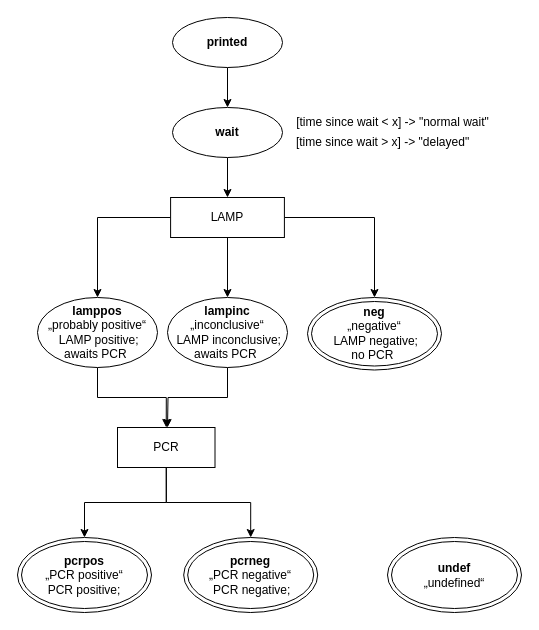
This is doc/status/StatusDiagram.drawio from anders-biostat/covid-test-web-site, a draw.io file, before an edit. Source tidied: cells renumbered, new cells numbered last; positions are measured from the earlier drawing's top-left corner, leaving out a move shared by most shapes. Both pictures are drawn from the tidied source at 100%, with x=0, y=0 at pixel (17, 17).
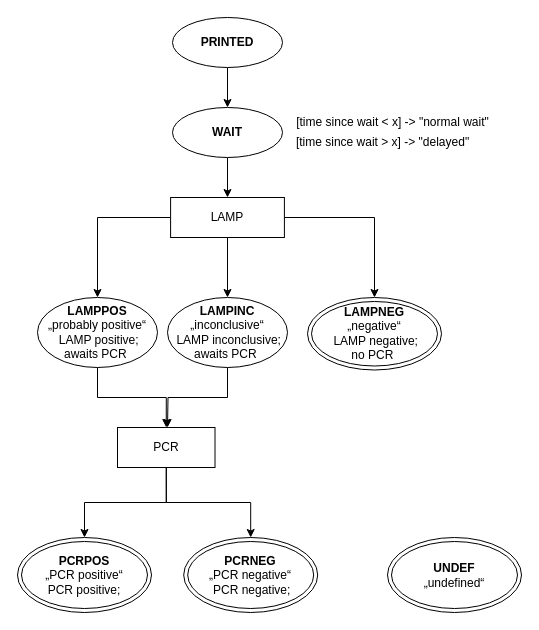
The same diagram, later.

Commit message (it also covers changes not shown here):
Updated status diagram in documentation

What changed in the source:
```diff
@@
-    <mxCell id="3" value="&lt;b&gt;printed&lt;/b&gt;" style="ellipse;whiteSpace=wrap;html=1;" parent="1" vertex="1">
+    <mxCell id="3" value="&lt;b&gt;PRINTED&lt;/b&gt;" style="ellipse;whiteSpace=wrap;html=1;" parent="1" vertex="1">
       <mxGeometry x="155" width="110" height="50" as="geometry" />
     </mxCell>
@@
-    <mxCell id="5" value="&lt;b&gt;wait&lt;/b&gt;" style="ellipse;whiteSpace=wrap;html=1;" parent="1" vertex="1">
+    <mxCell id="5" value="&lt;b&gt;WAIT&lt;/b&gt;" style="ellipse;whiteSpace=wrap;html=1;" parent="1" vertex="1">
       <mxGeometry x="155" y="90" width="110" height="50" as="geometry" />
     </mxCell>
@@
-    <mxCell id="13" value="&lt;b&gt;lamppos&lt;/b&gt;&lt;br&gt;„probably positive“&lt;br&gt;&amp;nbsp;LAMP positive;&lt;br&gt;awaits PCR&amp;nbsp;" style="ellipse;whiteSpace=wrap;html=1;" parent="1" vertex="1">
+    <mxCell id="13" value="&lt;b&gt;LAMPPOS&lt;/b&gt;&lt;br&gt;„probably positive“&lt;br&gt;&amp;nbsp;LAMP positive;&lt;br&gt;awaits PCR&amp;nbsp;" style="ellipse;whiteSpace=wrap;html=1;" parent="1" vertex="1">
       <mxGeometry x="20" y="280" width="120" height="70" as="geometry" />
     </mxCell>
@@
-    <mxCell id="15" value="&lt;b&gt;lampinc&lt;br&gt;&lt;/b&gt;„inconclusive“&lt;br&gt;&amp;nbsp;LAMP inconclusive;&lt;br&gt;awaits PCR&amp;nbsp;" style="ellipse;whiteSpace=wrap;html=1;" parent="1" vertex="1">
+    <mxCell id="15" value="&lt;b&gt;LAMPINC&lt;br&gt;&lt;/b&gt;„inconclusive“&lt;br&gt;&amp;nbsp;LAMP inconclusive;&lt;br&gt;awaits PCR&amp;nbsp;" style="ellipse;whiteSpace=wrap;html=1;" parent="1" vertex="1">
       <mxGeometry x="150" y="280" width="120" height="70" as="geometry" />
     </mxCell>
-    <mxCell id="16" value="&lt;b&gt;neg&lt;br&gt;&lt;/b&gt;&lt;span&gt;„negative“&lt;/span&gt;&lt;br&gt;&lt;span&gt;&amp;nbsp;LAMP negative;&lt;/span&gt;&lt;br&gt;&lt;span&gt;no PCR&amp;nbsp;&lt;/span&gt;" style="ellipse;shape=doubleEllipse;whiteSpace=wrap;html=1;" parent="1" vertex="1">
+    <mxCell id="16" value="&lt;b&gt;LAMPNEG&lt;br&gt;&lt;/b&gt;&lt;span&gt;„negative“&lt;/span&gt;&lt;br&gt;&lt;span&gt;&amp;nbsp;LAMP negative;&lt;/span&gt;&lt;br&gt;&lt;span&gt;no PCR&amp;nbsp;&lt;/span&gt;" style="ellipse;shape=doubleEllipse;whiteSpace=wrap;html=1;" parent="1" vertex="1">
       <mxGeometry x="290" y="280" width="134" height="72.5" as="geometry" />
     </mxCell>
@@
-    <mxCell id="20" value="&lt;b&gt;pcrneg&lt;br&gt;&lt;/b&gt;&lt;span&gt;„PCR negative“&lt;/span&gt;&lt;br&gt;&lt;span&gt;&amp;nbsp;PCR negative;&lt;/span&gt;" style="ellipse;shape=doubleEllipse;whiteSpace=wrap;html=1;" parent="1" vertex="1">
+    <mxCell id="20" value="&lt;b&gt;PCRNEG&lt;br&gt;&lt;/b&gt;„PCR negative“&lt;br&gt;&amp;nbsp;PCR negative;" style="ellipse;shape=doubleEllipse;whiteSpace=wrap;html=1;" parent="1" vertex="1">
       <mxGeometry x="166.2" y="520" width="134" height="75" as="geometry" />
     </mxCell>
-    <mxCell id="21" value="&lt;b&gt;pcrpos&lt;br&gt;&lt;/b&gt;&lt;span&gt;„PCR positive“&lt;/span&gt;&lt;br&gt;&lt;span&gt;&amp;nbsp;PCR positive;&lt;/span&gt;&lt;span&gt;&amp;nbsp;&lt;/span&gt;" style="ellipse;shape=doubleEllipse;whiteSpace=wrap;html=1;" parent="1" vertex="1">
+    <mxCell id="21" value="&lt;b&gt;PCRPOS&lt;br&gt;&lt;/b&gt;„PCR positive“&lt;br&gt;&amp;nbsp;PCR positive;&amp;nbsp;" style="ellipse;shape=doubleEllipse;whiteSpace=wrap;html=1;" parent="1" vertex="1">
       <mxGeometry y="520" width="134" height="75" as="geometry" />
     </mxCell>
-    <mxCell id="22" value="&lt;b&gt;undef&lt;br&gt;&lt;/b&gt;&lt;span&gt;„undefined“&lt;/span&gt;" style="ellipse;shape=doubleEllipse;whiteSpace=wrap;html=1;" parent="1" vertex="1">
+    <mxCell id="22" value="&lt;b&gt;UNDEF&lt;br&gt;&lt;/b&gt;„undefined“" style="ellipse;shape=doubleEllipse;whiteSpace=wrap;html=1;" parent="1" vertex="1">
       <mxGeometry x="370" y="520" width="134" height="75" as="geometry" />
     </mxCell>
```
